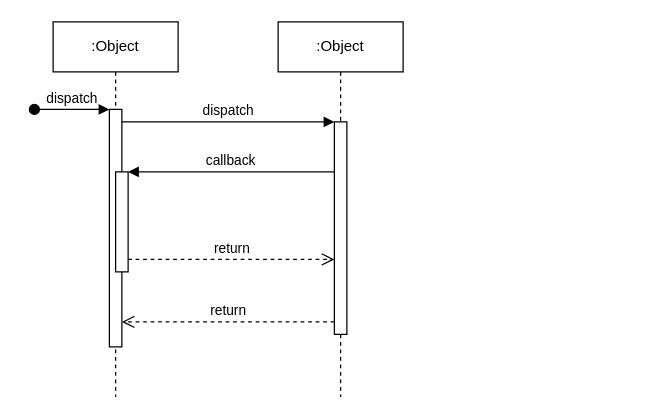
The draw.io diagram AutoProvisioning.drawio in rotemhas/drawio, before the edit. Source tidied: cells renumbered, new cells numbered last; positions are measured from the earlier drawing's top-left corner, leaving out a move shared by most shapes. Both pictures are drawn from the tidied source at 125%, with x=0, y=0 at pixel (34, 21).
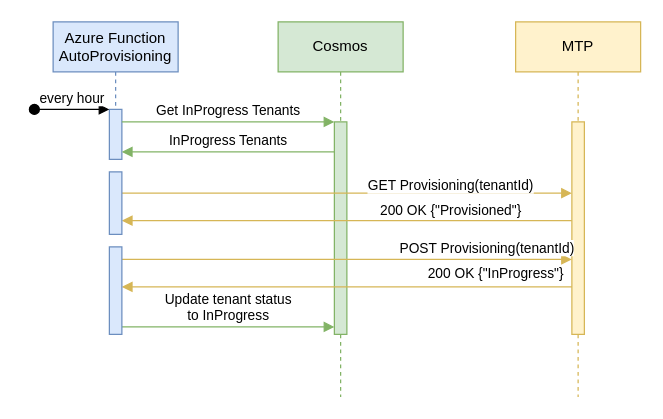
Above is the later version.

Diff of the diagram source:
```diff
@@
-    <mxCell id="2" value=":Object" style="shape=umlLifeline;perimeter=lifelinePerimeter;whiteSpace=wrap;html=1;newEdgeStyle={&quot;edgeStyle&quot;:&quot;elbowEdgeStyle&quot;,&quot;elbow&quot;:&quot;vertical&quot;,&quot;curved&quot;:0,&quot;rounded&quot;:0};" parent="1" vertex="1">
-      <mxGeometry x="15" width="100" height="300" as="geometry" />
+    <mxCell id="2" value="Azure Function&lt;br&gt;AutoProvisioning" style="shape=umlLifeline;perimeter=lifelinePerimeter;whiteSpace=wrap;html=1;newEdgeStyle={&quot;edgeStyle&quot;:&quot;elbowEdgeStyle&quot;,&quot;elbow&quot;:&quot;vertical&quot;,&quot;curved&quot;:0,&quot;rounded&quot;:0};fillColor=#dae8fc;strokeColor=#6c8ebf;" parent="1" vertex="1">
+      <mxGeometry x="15" width="100" height="110" as="geometry" />
     </mxCell>
-    <mxCell id="3" style="html=1;points=[];perimeter=orthogonalPerimeter;outlineConnect=0;targetShapes=umlLifeline;portConstraint=eastwest;newEdgeStyle={&quot;edgeStyle&quot;:&quot;elbowEdgeStyle&quot;,&quot;elbow&quot;:&quot;vertical&quot;,&quot;curved&quot;:0,&quot;rounded&quot;:0};" parent="2" vertex="1">
-      <mxGeometry x="45" y="70" width="10" height="190" as="geometry" />
+    <mxCell id="3" style="html=1;points=[];perimeter=orthogonalPerimeter;outlineConnect=0;targetShapes=umlLifeline;portConstraint=eastwest;newEdgeStyle={&quot;edgeStyle&quot;:&quot;elbowEdgeStyle&quot;,&quot;elbow&quot;:&quot;vertical&quot;,&quot;curved&quot;:0,&quot;rounded&quot;:0};fillColor=#dae8fc;strokeColor=#6c8ebf;" parent="2" vertex="1">
+      <mxGeometry x="45" y="70" width="10" height="40" as="geometry" />
     </mxCell>
-    <mxCell id="4" value="dispatch" style="html=1;verticalAlign=bottom;startArrow=oval;endArrow=block;startSize=8;edgeStyle=elbowEdgeStyle;elbow=vertical;curved=0;rounded=0;" parent="2" edge="1" target="3">
+    <mxCell id="4" value="every hour" style="html=1;verticalAlign=bottom;startArrow=oval;endArrow=block;startSize=8;edgeStyle=elbowEdgeStyle;elbow=vertical;curved=0;rounded=0;" parent="2" edge="1" target="3">
       <mxGeometry relative="1" as="geometry">
         <mxPoint x="-15" y="70" as="sourcePoint" />
       </mxGeometry>
     </mxCell>
-    <mxCell id="5" style="html=1;points=[];perimeter=orthogonalPerimeter;outlineConnect=0;targetShapes=umlLifeline;portConstraint=eastwest;newEdgeStyle={&quot;edgeStyle&quot;:&quot;elbowEdgeStyle&quot;,&quot;elbow&quot;:&quot;vertical&quot;,&quot;curved&quot;:0,&quot;rounded&quot;:0};" parent="2" vertex="1">
-      <mxGeometry x="50" y="120" width="10" height="80" as="geometry" />
-    </mxCell>
-    <mxCell id="6" value=":Object" style="shape=umlLifeline;perimeter=lifelinePerimeter;whiteSpace=wrap;html=1;newEdgeStyle={&quot;edgeStyle&quot;:&quot;elbowEdgeStyle&quot;,&quot;elbow&quot;:&quot;vertical&quot;,&quot;curved&quot;:0,&quot;rounded&quot;:0};" parent="1" vertex="1">
+    <mxCell id="6" value="Cosmos" style="shape=umlLifeline;perimeter=lifelinePerimeter;whiteSpace=wrap;html=1;newEdgeStyle={&quot;edgeStyle&quot;:&quot;elbowEdgeStyle&quot;,&quot;elbow&quot;:&quot;vertical&quot;,&quot;curved&quot;:0,&quot;rounded&quot;:0};fillColor=#d5e8d4;strokeColor=#82b366;" parent="1" vertex="1">
       <mxGeometry x="195" width="100" height="300" as="geometry" />
     </mxCell>
-    <mxCell id="7" style="html=1;points=[];perimeter=orthogonalPerimeter;outlineConnect=0;targetShapes=umlLifeline;portConstraint=eastwest;newEdgeStyle={&quot;edgeStyle&quot;:&quot;elbowEdgeStyle&quot;,&quot;elbow&quot;:&quot;vertical&quot;,&quot;curved&quot;:0,&quot;rounded&quot;:0};" parent="6" vertex="1">
+    <mxCell id="7" style="html=1;points=[];perimeter=orthogonalPerimeter;outlineConnect=0;targetShapes=umlLifeline;portConstraint=eastwest;newEdgeStyle={&quot;edgeStyle&quot;:&quot;elbowEdgeStyle&quot;,&quot;elbow&quot;:&quot;vertical&quot;,&quot;curved&quot;:0,&quot;rounded&quot;:0};fillColor=#d5e8d4;strokeColor=#82b366;" parent="6" vertex="1">
       <mxGeometry x="45" y="80" width="10" height="170" as="geometry" />
     </mxCell>
-    <mxCell id="8" value="dispatch" style="html=1;verticalAlign=bottom;endArrow=block;edgeStyle=elbowEdgeStyle;elbow=vertical;curved=0;rounded=0;" parent="1" edge="1" source="3" target="7">
+    <mxCell id="8" value="Get InProgress Tenants" style="html=1;verticalAlign=bottom;endArrow=block;edgeStyle=elbowEdgeStyle;elbow=vertical;curved=0;rounded=0;fillColor=#d5e8d4;strokeColor=#82b366;" parent="1" edge="1" source="3" target="7">
       <mxGeometry relative="1" as="geometry">
         <Array as="points">
           <mxPoint x="155" y="80" />
         </Array>
       </mxGeometry>
     </mxCell>
-    <mxCell id="9" value="return" style="html=1;verticalAlign=bottom;endArrow=open;dashed=1;endSize=8;edgeStyle=elbowEdgeStyle;elbow=vertical;curved=0;rounded=0;" parent="1" edge="1" source="7" target="3">
-      <mxGeometry relative="1" as="geometry">
-        <Array as="points">
-          <mxPoint x="165" y="240" />
-        </Array>
-      </mxGeometry>
-    </mxCell>
-    <mxCell id="10" value="callback" style="html=1;verticalAlign=bottom;endArrow=block;edgeStyle=elbowEdgeStyle;elbow=vertical;curved=0;rounded=0;" parent="1" edge="1" source="7" target="5">
+    <mxCell id="10" value="InProgress Tenants" style="html=1;verticalAlign=bottom;endArrow=block;edgeStyle=elbowEdgeStyle;elbow=vertical;curved=0;rounded=0;fillColor=#d5e8d4;strokeColor=#82b366;" parent="1" edge="1" target="3">
       <mxGeometry relative="1" as="geometry">
+        <mxPoint x="240" y="104" as="sourcePoint" />
         <Array as="points">
-          <mxPoint x="165" y="120" />
+          <mxPoint x="165" y="104" />
         </Array>
       </mxGeometry>
     </mxCell>
-    <mxCell id="11" value="return" style="html=1;verticalAlign=bottom;endArrow=open;dashed=1;endSize=8;edgeStyle=elbowEdgeStyle;elbow=vertical;curved=0;rounded=0;" parent="1" edge="1" source="5" target="7">
-      <mxGeometry relative="1" as="geometry">
-        <Array as="points">
-          <mxPoint x="155" y="190" />
-        </Array>
-      </mxGeometry>
-    </mxCell>
+    <mxCell id="12" value="MTP" style="shape=umlLifeline;perimeter=lifelinePerimeter;whiteSpace=wrap;html=1;newEdgeStyle={&quot;edgeStyle&quot;:&quot;elbowEdgeStyle&quot;,&quot;elbow&quot;:&quot;vertical&quot;,&quot;curved&quot;:0,&quot;rounded&quot;:0};fillColor=#fff2cc;strokeColor=#d6b656;" parent="1" vertex="1">
+      <mxGeometry x="385" width="100" height="300" as="geometry" />
+    </mxCell>
+    <mxCell id="13" style="html=1;points=[];perimeter=orthogonalPerimeter;outlineConnect=0;targetShapes=umlLifeline;portConstraint=eastwest;newEdgeStyle={&quot;edgeStyle&quot;:&quot;elbowEdgeStyle&quot;,&quot;elbow&quot;:&quot;vertical&quot;,&quot;curved&quot;:0,&quot;rounded&quot;:0};fillColor=#fff2cc;strokeColor=#d6b656;" parent="12" vertex="1">
+      <mxGeometry x="45" y="80" width="10" height="170" as="geometry" />
+    </mxCell>
+    <mxCell id="14" value="GET Provisioning(tenantId)" style="html=1;verticalAlign=bottom;endArrow=block;edgeStyle=elbowEdgeStyle;elbow=vertical;curved=0;rounded=0;fillColor=#fff2cc;strokeColor=#d6b656;" parent="1" edge="1" source="5">
+      <mxGeometry x="0.46" y="-3" relative="1" as="geometry">
+        <mxPoint x="430" y="137" as="targetPoint" />
+        <Array as="points">
+          <mxPoint x="161" y="137" />
+        </Array>
+      </mxGeometry>
+    </mxCell>
+    <mxCell id="15" value="200 OK {&quot;Provisioned&quot;}" style="html=1;verticalAlign=bottom;endArrow=block;edgeStyle=elbowEdgeStyle;elbow=vertical;curved=0;rounded=0;fillColor=#fff2cc;strokeColor=#d6b656;" parent="1" edge="1" target="5">
+      <mxGeometry x="-0.46" y="1" relative="1" as="geometry">
+        <mxPoint x="430" y="159" as="sourcePoint" />
+        <Array as="points">
+          <mxPoint x="171" y="159" />
+        </Array>
+      </mxGeometry>
+    </mxCell>
+    <mxCell id="16" value="POST Provisioning(tenantId)" style="html=1;verticalAlign=bottom;endArrow=block;edgeStyle=elbowEdgeStyle;elbow=vertical;curved=0;rounded=0;fillColor=#fff2cc;strokeColor=#d6b656;" parent="1" edge="1" source="19" target="13">
+      <mxGeometry x="0.62" relative="1" as="geometry">
+        <Array as="points">
+          <mxPoint x="161" y="190" />
+        </Array>
+      </mxGeometry>
+    </mxCell>
+    <mxCell id="17" value="200 OK {&quot;InProgress&quot;}" style="html=1;verticalAlign=bottom;endArrow=block;edgeStyle=elbowEdgeStyle;elbow=vertical;curved=0;rounded=0;fillColor=#fff2cc;strokeColor=#d6b656;" parent="1" edge="1" source="13" target="19">
+      <mxGeometry x="-0.66" y="-2" relative="1" as="geometry">
+        <Array as="points">
+          <mxPoint x="171" y="212" />
+        </Array>
+      </mxGeometry>
+    </mxCell>
+    <mxCell id="18" value="Update tenant status&lt;br&gt;to InProgress" style="html=1;verticalAlign=bottom;endArrow=block;edgeStyle=elbowEdgeStyle;elbow=vertical;curved=0;rounded=0;fillColor=#d5e8d4;strokeColor=#82b366;" parent="1" edge="1" target="7">
+      <mxGeometry relative="1" as="geometry">
+        <mxPoint x="70" y="244" as="sourcePoint" />
+        <Array as="points">
+          <mxPoint x="160" y="244" />
+        </Array>
+      </mxGeometry>
+    </mxCell>
+    <mxCell id="5" style="html=1;points=[];perimeter=orthogonalPerimeter;outlineConnect=0;targetShapes=umlLifeline;portConstraint=eastwest;newEdgeStyle={&quot;edgeStyle&quot;:&quot;elbowEdgeStyle&quot;,&quot;elbow&quot;:&quot;vertical&quot;,&quot;curved&quot;:0,&quot;rounded&quot;:0};fillColor=#dae8fc;strokeColor=#6c8ebf;" parent="1" vertex="1">
+      <mxGeometry x="60" y="120" width="10" height="50" as="geometry" />
+    </mxCell>
+    <mxCell id="19" style="html=1;points=[];perimeter=orthogonalPerimeter;outlineConnect=0;targetShapes=umlLifeline;portConstraint=eastwest;newEdgeStyle={&quot;edgeStyle&quot;:&quot;elbowEdgeStyle&quot;,&quot;elbow&quot;:&quot;vertical&quot;,&quot;curved&quot;:0,&quot;rounded&quot;:0};fillColor=#dae8fc;strokeColor=#6c8ebf;" parent="1" vertex="1">
+      <mxGeometry x="60" y="180" width="10" height="70" as="geometry" />
+    </mxCell>
```
